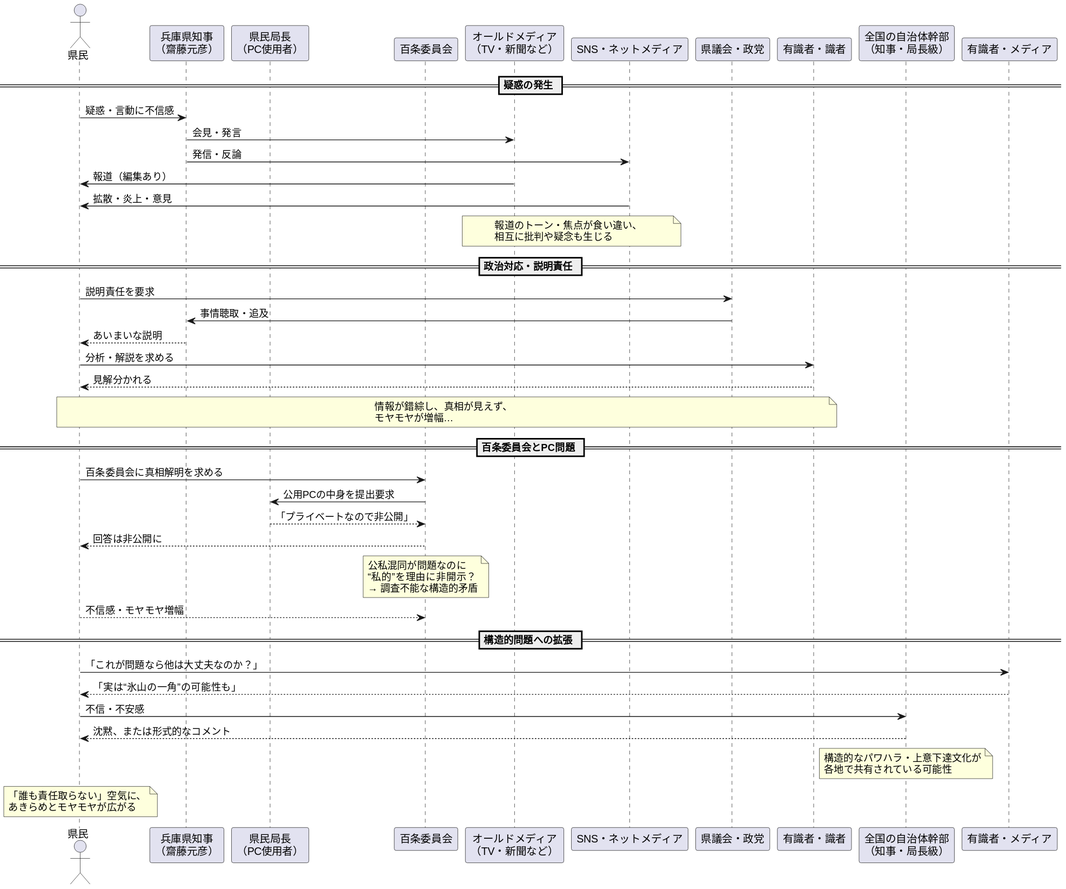
This is out/zizimondai_hyougoken1.svg from coacoa/images, a PlantUML export, as it was before one commit.
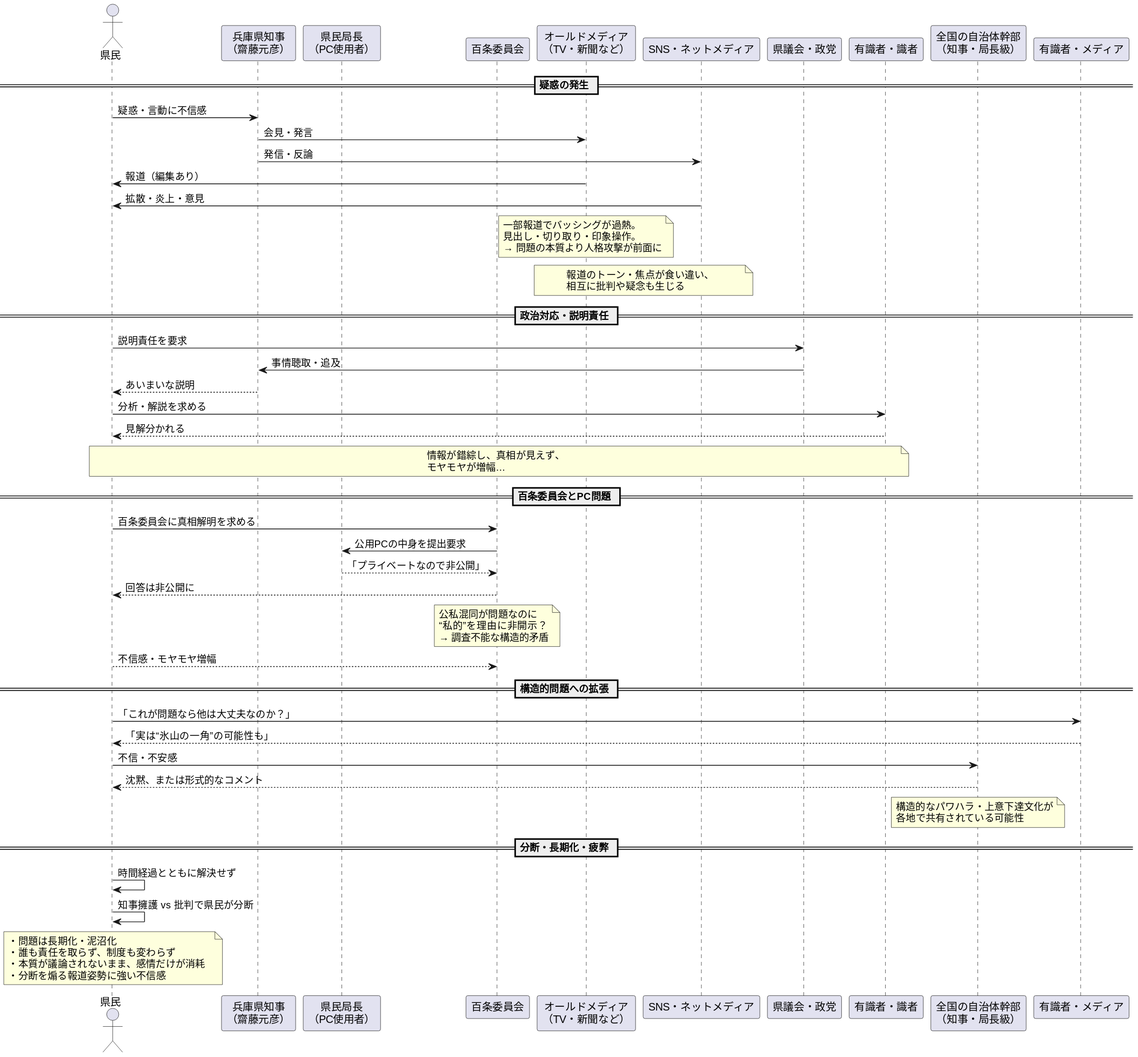
After the change.

The edit, as a diff of the source:
```diff
@@ -16,6 +16,12 @@
 Chiji -> SNS : 発信・反論
 OldMedia -> Kenmin : 報道（編集あり）
 SNS -> Kenmin : 拡散・炎上・意見
+
+note over OldMedia
+一部報道でバッシングが過熱。
+見出し・切り取り・印象操作。
+→ 問題の本質より人格攻撃が前面に
+end note
 
 note over OldMedia, SNS
 報道のトーン・焦点が食い違い、
@@ -61,8 +67,14 @@
 各地で共有されている可能性
 end note
 
+== 分断・長期化・疲弊 ==
+Kenmin -> Kenmin : 時間経過とともに解決せず
+Kenmin -> Kenmin : 知事擁護 vs 批判で県民が分断
+
 note over Kenmin
-「誰も責任取らない」空気に、
-あきらめとモヤモヤが広がる
+・問題は長期化・泥沼化
+・誰も責任を取らず、制度も変わらず
+・本質が議論されないまま、感情だけが消耗
+・分断を煽る報道姿勢に強い不信感
 end note
 @enduml
```
